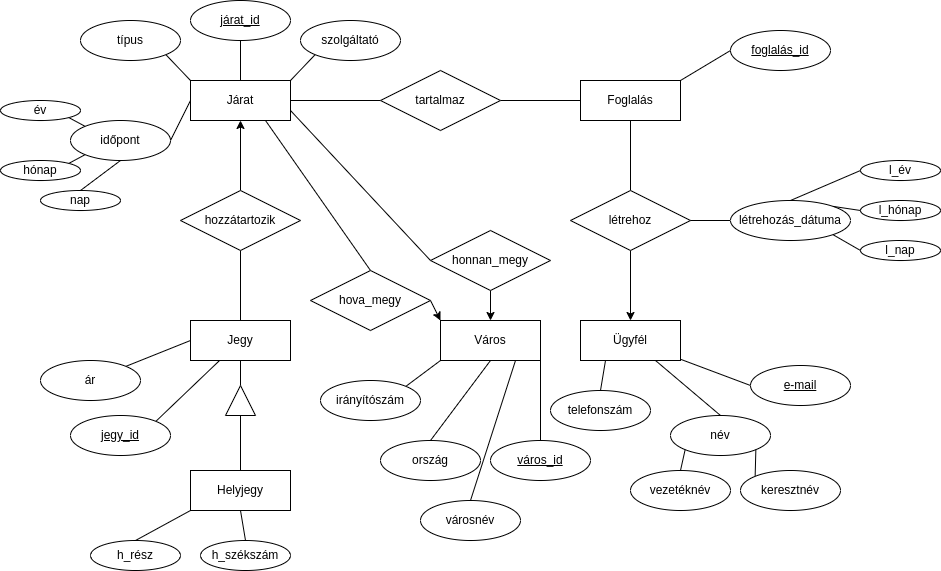
The draw.io diagram docs/Travall_ER.drawio.png in a-bakk/Travall, before a commit. Source tidied: cells renumbered, new cells last; positions are measured from the earlier drawing's top-left corner, leaving out a move shared by most shapes.
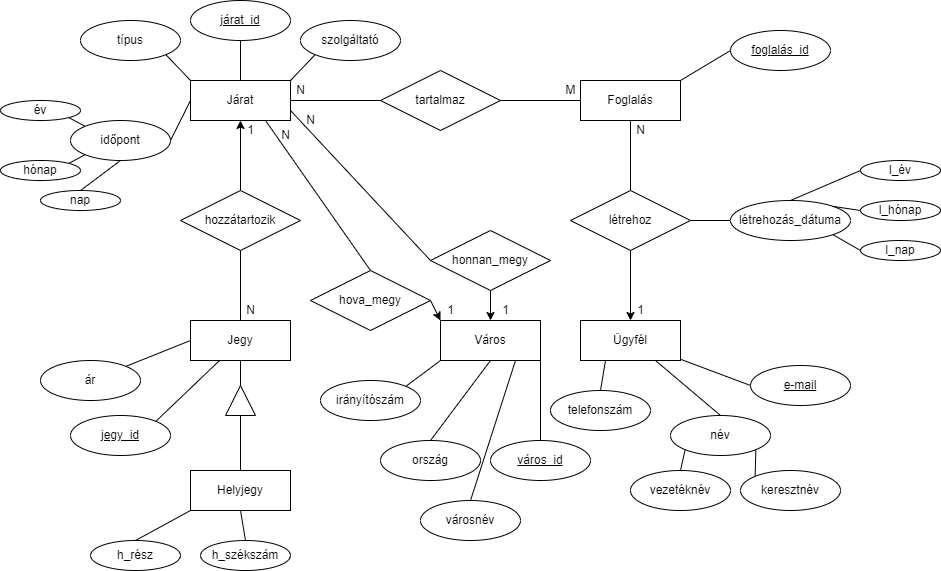
The same file after the commit.

What changed in the source:
```diff
@@ -224,5 +224,35 @@
     <mxCell id="75" value="városnév" style="ellipse;whiteSpace=wrap;html=1;align=center;" parent="1" vertex="1">
       <mxGeometry x="420" y="500" width="100" height="40" as="geometry" />
     </mxCell>
+    <mxCell id="76" value="N" style="text;html=1;align=center;verticalAlign=middle;strokeColor=none;fillColor=none;" parent="1" vertex="1">
+      <mxGeometry x="235" y="295" width="30" height="30" as="geometry" />
+    </mxCell>
+    <mxCell id="77" value="1" style="text;html=1;align=center;verticalAlign=middle;strokeColor=none;fillColor=none;" parent="1" vertex="1">
+      <mxGeometry x="235" y="115" width="30" height="30" as="geometry" />
+    </mxCell>
+    <mxCell id="78" value="1" style="text;html=1;align=center;verticalAlign=middle;strokeColor=none;fillColor=none;" parent="1" vertex="1">
+      <mxGeometry x="435" y="295" width="30" height="30" as="geometry" />
+    </mxCell>
+    <mxCell id="79" value="1" style="text;html=1;align=center;verticalAlign=middle;strokeColor=none;fillColor=none;" parent="1" vertex="1">
+      <mxGeometry x="490" y="295" width="30" height="30" as="geometry" />
+    </mxCell>
+    <mxCell id="80" value="N" style="text;html=1;align=center;verticalAlign=middle;strokeColor=none;fillColor=none;" parent="1" vertex="1">
+      <mxGeometry x="295" y="105" width="30" height="30" as="geometry" />
+    </mxCell>
+    <mxCell id="81" value="N" style="text;html=1;align=center;verticalAlign=middle;strokeColor=none;fillColor=none;" parent="1" vertex="1">
+      <mxGeometry x="270" y="120" width="30" height="30" as="geometry" />
+    </mxCell>
+    <mxCell id="82" value="N" style="text;html=1;align=center;verticalAlign=middle;strokeColor=none;fillColor=none;" parent="1" vertex="1">
+      <mxGeometry x="285" y="75" width="30" height="30" as="geometry" />
+    </mxCell>
+    <mxCell id="83" value="M" style="text;html=1;align=center;verticalAlign=middle;strokeColor=none;fillColor=none;" parent="1" vertex="1">
+      <mxGeometry x="555" y="75" width="30" height="30" as="geometry" />
+    </mxCell>
+    <mxCell id="84" value="N" style="text;html=1;align=center;verticalAlign=middle;strokeColor=none;fillColor=none;" parent="1" vertex="1">
+      <mxGeometry x="625" y="115" width="30" height="30" as="geometry" />
+    </mxCell>
+    <mxCell id="85" value="1" style="text;html=1;align=center;verticalAlign=middle;strokeColor=none;fillColor=none;" parent="1" vertex="1">
+      <mxGeometry x="625" y="295" width="30" height="30" as="geometry" />
+    </mxCell>
   </root>
 </mxGraphModel>
```
